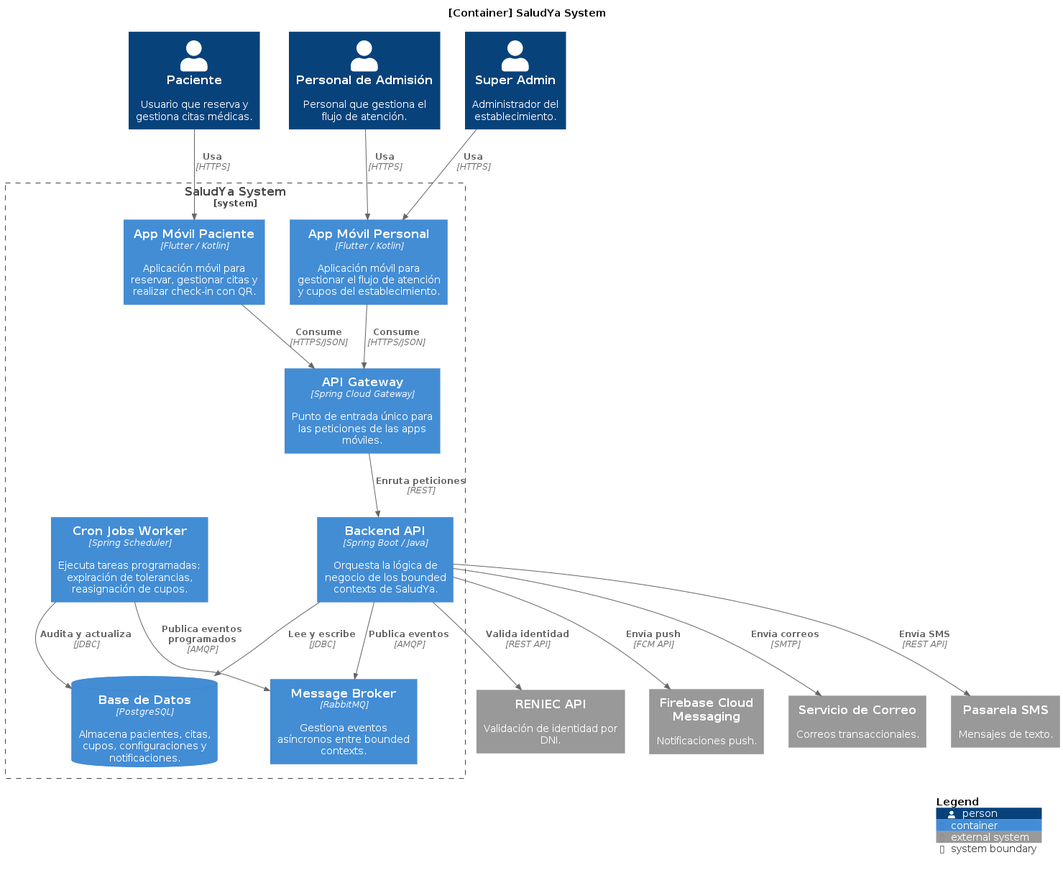
This is chapter-02/assets/ContainerDiagram.png from RuwaLabs/upc-pre-202620-1acc0238-4945-RuwaLabs-report, a PlantUML export, as it was before one commit.
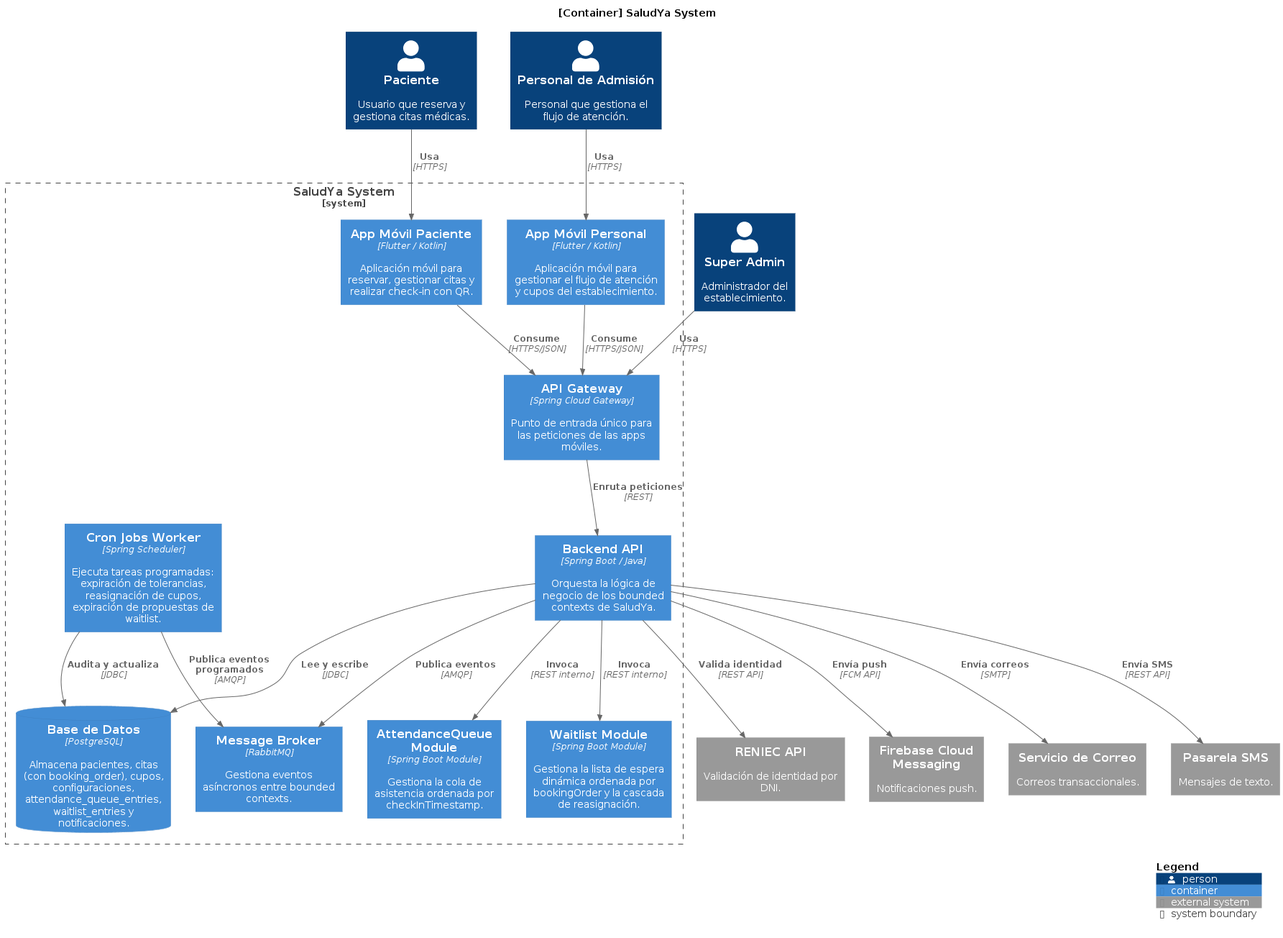
Later version of the same file.

Commit message:
docs(chapter-02): update ContainerDiagram.png with AttendanceQueue and Waitlist modules

Diff of the diagram source:
```diff
@@ -3,41 +3,55 @@
 
 title [Container] SaludYa System
 
-Person(patient, "Paciente", "Usuario que reserva y gestiona citas médicas.")
-Person(staff, "Personal de Admisión", "Personal que gestiona el flujo de atención.")
+Person(paciente, "Paciente", "Usuario que reserva y gestiona citas médicas.")
+Person(admision, "Personal de Admisión", "Personal que gestiona el flujo de atención.")
 Person(admin, "Super Admin", "Administrador del establecimiento.")
 
 System_Boundary(saludya, "SaludYa System") {
-    Container(mobile_patient, "App Móvil Paciente", "Flutter / Kotlin", "Aplicación móvil para reservar, gestionar citas y realizar check-in con QR.")
-    Container(mobile_staff, "App Móvil Personal", "Flutter / Kotlin", "Aplicación móvil para gestionar el flujo de atención y cupos del establecimiento.")
-    Container(api_gateway, "API Gateway", "Spring Cloud Gateway", "Punto de entrada único para las peticiones de las apps móviles.")
+
+    Container(appPaciente, "App Móvil Paciente", "Flutter / Kotlin", "Aplicación móvil para reservar, gestionar citas y realizar check-in con QR.")
+    Container(appPersonal, "App Móvil Personal", "Flutter / Kotlin", "Aplicación móvil para gestionar el flujo de atención y cupos del establecimiento.")
+
+    Container(apiGateway, "API Gateway", "Spring Cloud Gateway", "Punto de entrada único para las peticiones de las apps móviles.")
+
     Container(backend, "Backend API", "Spring Boot / Java", "Orquesta la lógica de negocio de los bounded contexts de SaludYa.")
-    ContainerDb(db, "Base de Datos", "PostgreSQL", "Almacena pacientes, citas, cupos, configuraciones y notificaciones.")
-    Container(queue, "Message Broker", "RabbitMQ", "Gestiona eventos asíncronos entre bounded contexts.")
-    Container(cron, "Cron Jobs Worker", "Spring Scheduler", "Ejecuta tareas programadas: expiración de tolerancias, reasignación de cupos.")
+
+    Container(attendanceQueue, "AttendanceQueue Module", "Spring Boot Module", "Gestiona la cola de asistencia ordenada por checkInTimestamp.")
+    Container(waitlist, "Waitlist Module", "Spring Boot Module", "Gestiona la lista de espera dinámica ordenada por bookingOrder y la cascada de reasignación.")
+
+    ContainerDb(db, "Base de Datos", "PostgreSQL", "Almacena pacientes, citas (con booking_order), cupos, configuraciones, attendance_queue_entries, waitlist_entries y notificaciones.")
+
+    Container(broker, "Message Broker", "RabbitMQ", "Gestiona eventos asíncronos entre bounded contexts.")
+
+    Container(cron, "Cron Jobs Worker", "Spring Scheduler", "Ejecuta tareas programadas: expiración de tolerancias, reasignación de cupos, expiración de propuestas de waitlist.")
 }
 
 System_Ext(reniec, "RENIEC API", "Validación de identidad por DNI.")
 System_Ext(fcm, "Firebase Cloud Messaging", "Notificaciones push.")
-System_Ext(smtp, "Servicio de Correo", "Correos transaccionales.")
+System_Ext(correo, "Servicio de Correo", "Correos transaccionales.")
 System_Ext(sms, "Pasarela SMS", "Mensajes de texto.")
 
-Rel(patient, mobile_patient, "Usa", "HTTPS")
-Rel(staff, mobile_staff, "Usa", "HTTPS")
-Rel(admin, mobile_staff, "Usa", "HTTPS")
+Rel(paciente, appPaciente, "Usa", "HTTPS")
+Rel(admision, appPersonal, "Usa", "HTTPS")
+Rel(admin, apiGateway, "Usa", "HTTPS")
 
-Rel(mobile_patient, api_gateway, "Consume", "HTTPS/JSON")
-Rel(mobile_staff, api_gateway, "Consume", "HTTPS/JSON")
+Rel(appPaciente, apiGateway, "Consume", "HTTPS/JSON")
+Rel(appPersonal, apiGateway, "Consume", "HTTPS/JSON")
 
-Rel(api_gateway, backend, "Enruta peticiones", "REST")
+Rel(apiGateway, backend, "Enruta peticiones", "REST")
+
+Rel(backend, attendanceQueue, "Invoca", "REST interno")
+Rel(backend, waitlist, "Invoca", "REST interno")
+
 Rel(backend, db, "Lee y escribe", "JDBC")
-Rel(backend, queue, "Publica eventos", "AMQP")
-Rel(cron, queue, "Publica eventos programados", "AMQP")
+Rel(backend, broker, "Publica eventos", "AMQP")
+
 Rel(cron, db, "Audita y actualiza", "JDBC")
+Rel(cron, broker, "Publica eventos programados", "AMQP")
 
 Rel(backend, reniec, "Valida identidad", "REST API")
 Rel(backend, fcm, "Envía push", "FCM API")
-Rel(backend, smtp, "Envía correos", "SMTP")
+Rel(backend, correo, "Envía correos", "SMTP")
 Rel(backend, sms, "Envía SMS", "REST API")
 
 SHOW_LEGEND()
```
